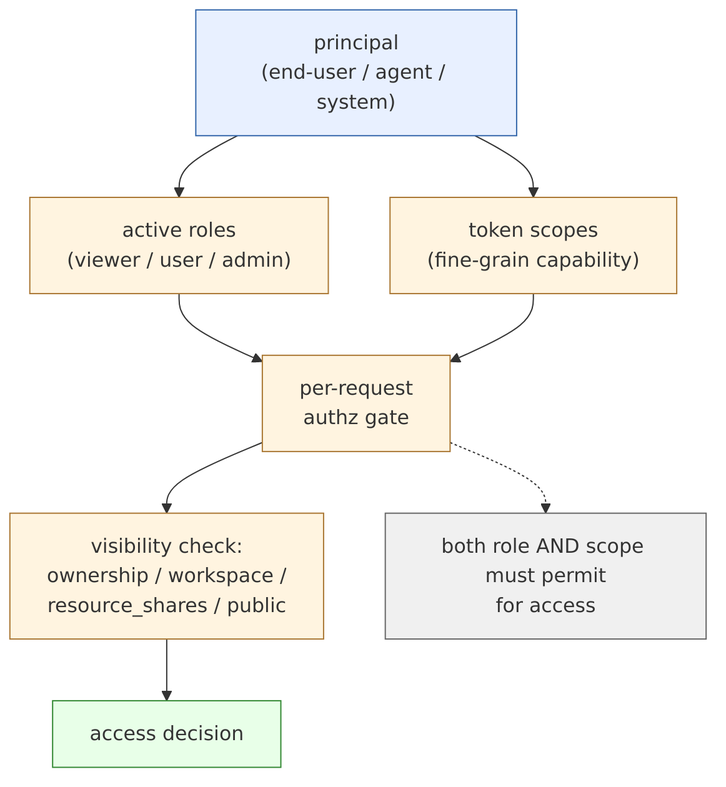
Before: docs/design/diagrams/SRD-0114/authz-model.png, a diagram exported from Mermaid (nosqlbench/hyperplane-rs). Its source is kept beside it as docs/design/diagrams/SRD-0114/authz-model.mmd.
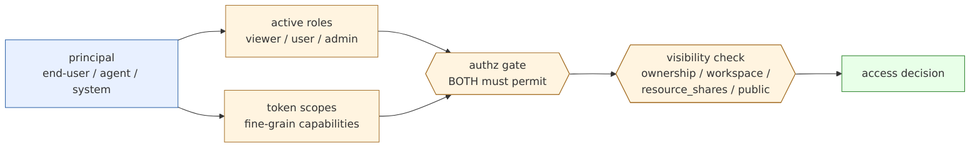
Later version of the same file.

What changed in the source:
```diff
@@ -1,26 +1,19 @@
-flowchart TB
-    P["principal<br/>(end-user / agent / system)"]
-    R["active roles<br/>(viewer / user / admin)"]
-    S["token scopes<br/>(fine-grain capability)"]
-    G["per-request<br/>authz gate"]
-    V["visibility check:<br/>ownership / workspace /<br/>resource_shares / public"]
+%%{init: {'flowchart': {'nodeSpacing': 50, 'rankSpacing': 70}}}%%
+flowchart LR
+    P["principal<br/>end-user / agent / system"]
+    R["active roles<br/>viewer / user / admin"]
+    S["token scopes<br/>fine-grain capabilities"]
+    G{{"authz gate<br/>BOTH must permit"}}
+    V{{"visibility check<br/>ownership / workspace /<br/>resource_shares / public"}}
     D["access decision"]
 
-    P --> R
-    P --> S
-    R --> G
-    S --> G
-    G --> V
-    V --> D
-
-    Note["both role AND scope must permit<br/>for access"]
-    G -.-> Note
+    P --> R --> G
+    P --> S --> G
+    G --> V --> D
 
     classDef p fill:#e8f0ff,stroke:#3366aa
     classDef gate fill:#fff4e0,stroke:#aa7733
     classDef final fill:#e8ffe8,stroke:#338833
-    classDef note fill:#f0f0f0,stroke:#666
     class P p
     class R,S,G,V gate
     class D final
-    class Note note
```
